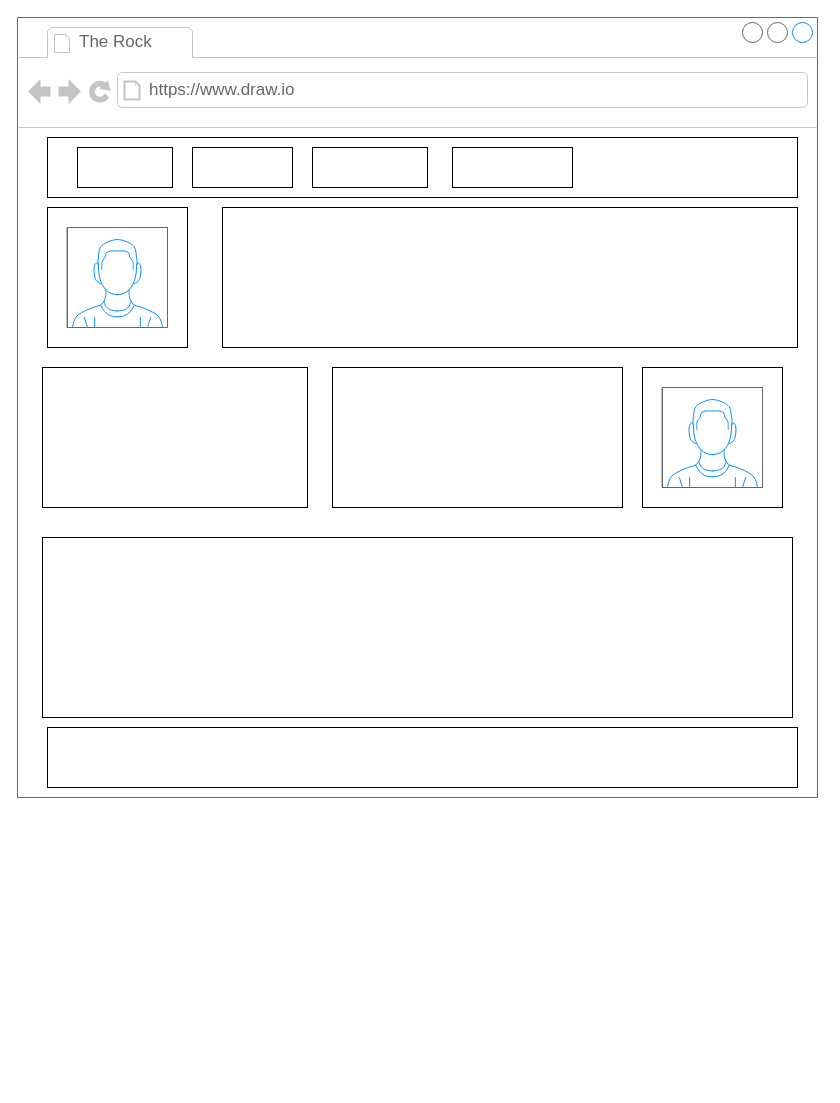
Earlier version of the draw.io diagram wireframe.drawio (ASDAH-Digtal/18734-faavae-tau). Source tidied: cells renumbered, new cells numbered last; positions are measured from the earlier drawing's top-left corner, leaving out a move shared by most shapes. Both pictures are drawn from the tidied source at 100%, with x=0, y=0 at pixel (17, 17).
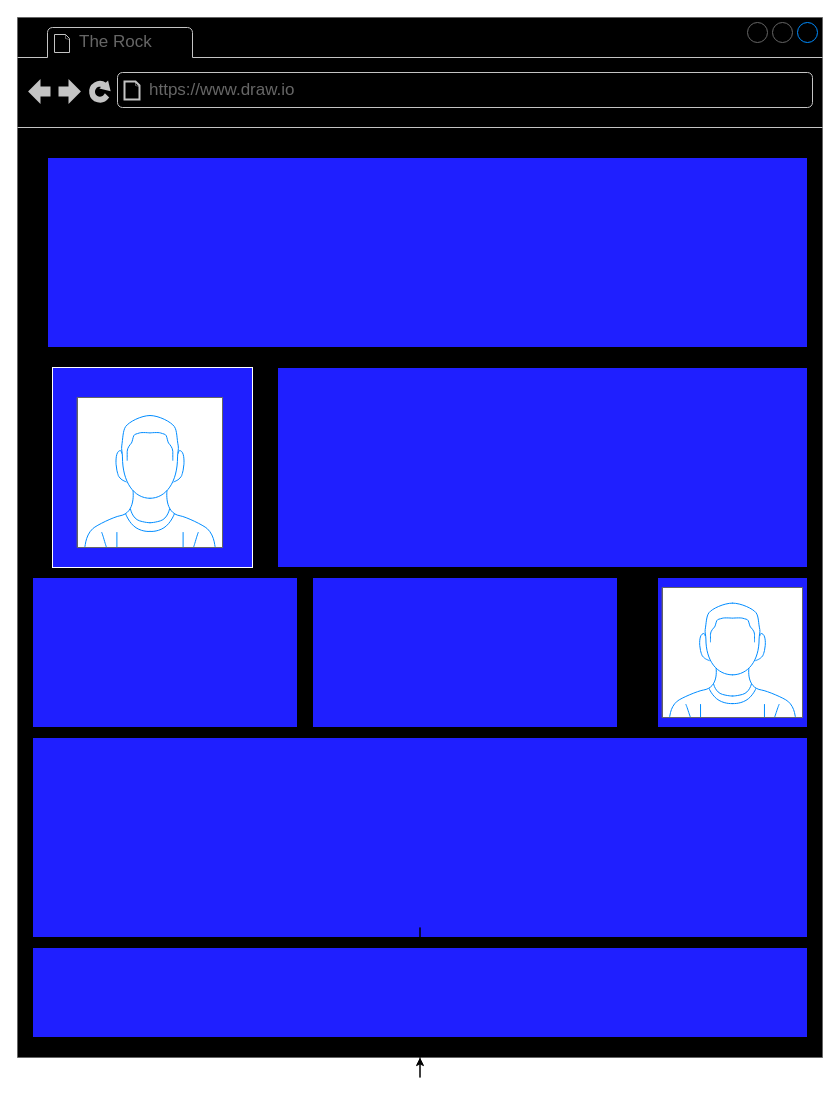
The same diagram, later.

Diff of the diagram source:
```diff
@@
 <mxGraphModel>
   <root>
     <mxCell id="0" />
     <mxCell id="1" parent="0" />
-    <mxCell id="2" style="strokeWidth=1;shadow=0;dashed=0;align=center;html=1;shape=mxgraph.mockup.containers.browserWindow;rSize=0;strokeColor=#666666;strokeColor2=#008cff;strokeColor3=#c4c4c4;mainText=,;" parent="1" vertex="1">
-      <mxGeometry width="800" height="780" as="geometry" />
+    <mxCell id="2" style="strokeWidth=1;shadow=0;dashed=0;align=center;html=1;shape=mxgraph.mockup.containers.browserWindow;rSize=0;strokeColor=#666666;strokeColor2=#008cff;strokeColor3=#c4c4c4;mainText=,;fillColor=#000000;" parent="1" vertex="1">
+      <mxGeometry width="805" height="1040" as="geometry" />
     </mxCell>
     <mxCell id="3" value="The Rock" style="strokeWidth=1;shadow=0;dashed=0;align=center;html=1;shape=mxgraph.mockup.containers.anchor;fontSize=17;fontColor=#666666;align=left;" parent="2" vertex="1">
       <mxGeometry x="60" y="12" width="160" height="26" as="geometry" />
     </mxCell>
     <mxCell id="4" value="https://www.draw.io" style="strokeWidth=1;shadow=0;dashed=0;align=center;html=1;shape=mxgraph.mockup.containers.anchor;rSize=0;fontSize=17;fontColor=#666666;align=left;" parent="2" vertex="1">
       <mxGeometry x="130" y="60" width="250" height="26" as="geometry" />
     </mxCell>
-    <mxCell id="5" style="rounded=0;whiteSpace=wrap;html=1;" parent="2" vertex="1">
-      <mxGeometry x="205" y="190" width="575" height="140" as="geometry" />
+    <mxCell id="5" style="rounded=0;whiteSpace=wrap;html=1;fillColor=#1F1FFF;" parent="2" vertex="1">
+      <mxGeometry x="260" y="350" width="530" height="200" as="geometry" />
     </mxCell>
-    <mxCell id="6" style="rounded=0;whiteSpace=wrap;html=1;" parent="2" vertex="1">
-      <mxGeometry x="25" y="520" width="750" height="180" as="geometry" />
+    <mxCell id="6" style="rounded=0;whiteSpace=wrap;html=1;fillColor=#1F1FFF;" parent="2" vertex="1">
+      <mxGeometry x="15" y="720" width="775" height="200" as="geometry" />
     </mxCell>
+    <mxCell id="19" style="edgeStyle=orthogonalEdgeStyle;rounded=0;jettySize=auto;html=1;" parent="2" edge="1" source="7" target="2">
+      <mxGeometry relative="1" as="geometry" />
+    </mxCell>
-    <mxCell id="7" style="rounded=0;whiteSpace=wrap;html=1;" parent="2" vertex="1">
-      <mxGeometry x="30" y="710" width="750" height="60" as="geometry" />
+    <mxCell id="7" style="rounded=0;whiteSpace=wrap;html=1;fillColor=#1F1FFF;" parent="2" vertex="1">
+      <mxGeometry x="15" y="930" width="775" height="90" as="geometry" />
     </mxCell>
-    <mxCell id="8" style="whiteSpace=wrap;html=1;" parent="2" vertex="1">
-      <mxGeometry x="30" y="190" width="140" height="140" as="geometry" />
+    <mxCell id="8" style="whiteSpace=wrap;html=1;strokeColor=#FFFFFF;fillColor=#1F1FFF;" parent="2" vertex="1">
+      <mxGeometry x="35" y="350" width="200" height="200" as="geometry" />
     </mxCell>
-    <mxCell id="9" style="rounded=0;whiteSpace=wrap;html=1;" parent="2" vertex="1">
-      <mxGeometry x="30" y="120" width="750" height="60" as="geometry" />
+    <mxCell id="9" style="rounded=0;whiteSpace=wrap;html=1;fillColor=#1F1FFF;" parent="2" vertex="1">
+      <mxGeometry x="30" y="140" width="760" height="190" as="geometry" />
     </mxCell>
-    <mxCell id="10" style="rounded=0;whiteSpace=wrap;html=1;" parent="2" vertex="1">
-      <mxGeometry x="60" y="130" width="95" height="40" as="geometry" />
-    </mxCell>
-    <mxCell id="11" style="rounded=0;whiteSpace=wrap;html=1;" parent="2" vertex="1">
-      <mxGeometry x="175" y="130" width="100" height="40" as="geometry" />
-    </mxCell>
-    <mxCell id="12" style="rounded=0;whiteSpace=wrap;html=1;" parent="2" vertex="1">
-      <mxGeometry x="295" y="130" width="115" height="40" as="geometry" />
-    </mxCell>
-    <mxCell id="13" style="rounded=0;whiteSpace=wrap;html=1;" parent="2" vertex="1">
-      <mxGeometry x="435" y="130" width="120" height="40" as="geometry" />
-    </mxCell>
     <mxCell id="14" style="verticalLabelPosition=bottom;shadow=0;dashed=0;align=center;html=1;verticalAlign=top;strokeWidth=1;shape=mxgraph.mockup.containers.userMale;strokeColor=#666666;strokeColor2=#008cff;" parent="2" vertex="1">
-      <mxGeometry x="50" y="210" width="100" height="100" as="geometry" />
+      <mxGeometry x="60" y="380" width="145" height="150" as="geometry" />
     </mxCell>
-    <mxCell id="15" style="whiteSpace=wrap;html=1;" parent="2" vertex="1">
-      <mxGeometry x="625" y="350" width="140" height="140" as="geometry" />
+    <mxCell id="15" style="whiteSpace=wrap;html=1;fillColor=#1F1FFF;" parent="2" vertex="1">
+      <mxGeometry x="640" y="560" width="150" height="150" as="geometry" />
     </mxCell>
-    <mxCell id="16" style="rounded=0;whiteSpace=wrap;html=1;" parent="2" vertex="1">
-      <mxGeometry x="25" y="350" width="265" height="140" as="geometry" />
+    <mxCell id="16" style="rounded=0;whiteSpace=wrap;html=1;fillColor=#1F1FFF;" parent="2" vertex="1">
+      <mxGeometry x="15" y="560" width="265" height="150" as="geometry" />
     </mxCell>
-    <mxCell id="17" style="rounded=0;whiteSpace=wrap;html=1;" parent="2" vertex="1">
-      <mxGeometry x="315" y="350" width="290" height="140" as="geometry" />
+    <mxCell id="17" style="rounded=0;whiteSpace=wrap;html=1;fillColor=#1F1FFF;" parent="2" vertex="1">
+      <mxGeometry x="295" y="560" width="305" height="150" as="geometry" />
     </mxCell>
     <mxCell id="18" style="verticalLabelPosition=bottom;shadow=0;dashed=0;align=center;html=1;verticalAlign=top;strokeWidth=1;shape=mxgraph.mockup.containers.userMale;strokeColor=#666666;strokeColor2=#008cff;" parent="2" vertex="1">
-      <mxGeometry x="645" y="370" width="100" height="100" as="geometry" />
+      <mxGeometry x="645" y="570" width="140" height="130" as="geometry" />
     </mxCell>
   </root>
 </mxGraphModel>
```
